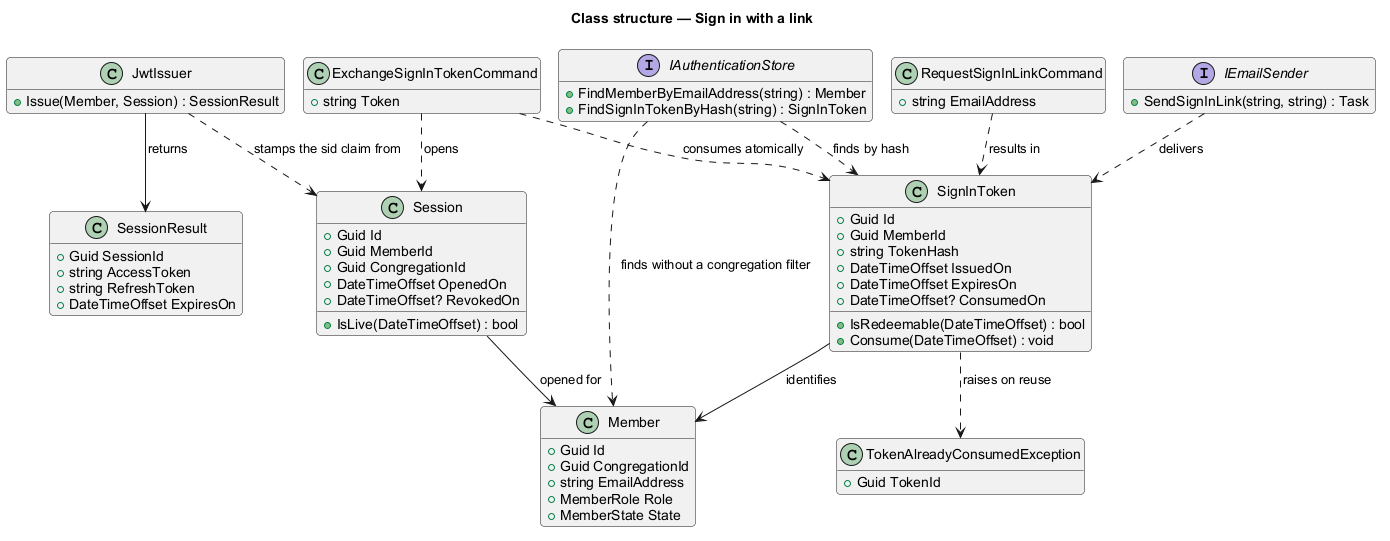
This is docs/detailed-designs/access/sign-in-with-a-link/diagrams/class-structure.png from QuinntyneBrown/Barnabas, a PlantUML export, as it was before one commit.
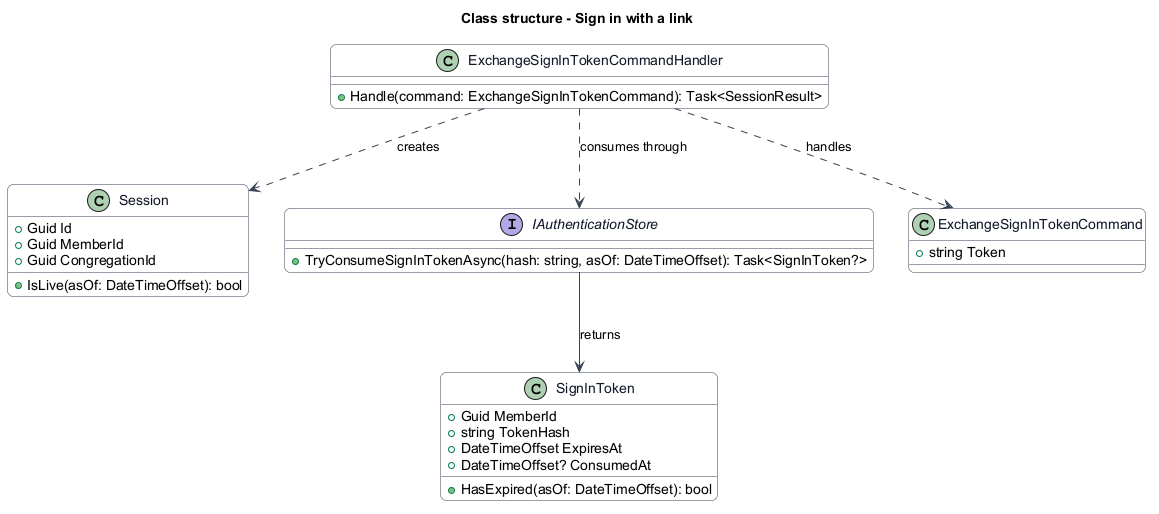
The same file after the commit.

What changed in the source:
```diff
@@ -1,72 +1,48 @@
 @startuml
-!pragma layout smetana
-title Class structure — Sign in with a link
 skinparam backgroundColor #FFFFFF
 skinparam shadowing false
-skinparam roundcorner 8
+skinparam roundcorner 12
 skinparam defaultFontName Arial
-hide empty members
-
+skinparam ArrowColor #344054
+skinparam rectangle {
+  BorderColor #344054
+  FontColor #101828
+}
+skinparam package {
+  BorderColor #667085
+  FontColor #101828
+  BackgroundColor #F9FAFB
+}
+skinparam class {
+  BorderColor #344054
+  FontColor #101828
+  BackgroundColor #F9FAFB
+}
+title Class structure - Sign in with a link
 class SignInToken {
-  +Guid Id
   +Guid MemberId
   +string TokenHash
-  +DateTimeOffset IssuedOn
-  +DateTimeOffset ExpiresOn
-  +DateTimeOffset? ConsumedOn
-  +IsRedeemable(DateTimeOffset) : bool
-  +Consume(DateTimeOffset) : void
-}
-class RequestSignInLinkCommand {
-  +string EmailAddress
-}
-class ExchangeSignInTokenCommand {
-  +string Token
+  +DateTimeOffset ExpiresAt
+  +DateTimeOffset? ConsumedAt
+  +HasExpired(asOf: DateTimeOffset): bool
 }
 class Session {
   +Guid Id
   +Guid MemberId
   +Guid CongregationId
-  +DateTimeOffset OpenedOn
-  +DateTimeOffset? RevokedOn
-  +IsLive(DateTimeOffset) : bool
-}
-class SessionResult {
-  +Guid SessionId
-  +string AccessToken
-  +string RefreshToken
-  +DateTimeOffset ExpiresOn
-}
-class JwtIssuer {
-  +Issue(Member, Session) : SessionResult
+  +IsLive(asOf: DateTimeOffset): bool
 }
 interface IAuthenticationStore {
-  +FindMemberByEmailAddress(string) : Member
-  +FindSignInTokenByHash(string) : SignInToken
+  +TryConsumeSignInTokenAsync(hash: string, asOf: DateTimeOffset): Task<SignInToken?>
 }
-interface IEmailSender {
-  +SendSignInLink(string, string) : Task
+class ExchangeSignInTokenCommand {
+  +string Token
 }
-class Member {
-  +Guid Id
-  +Guid CongregationId
-  +string EmailAddress
-  +MemberRole Role
-  +MemberState State
+class ExchangeSignInTokenCommandHandler {
+  +Handle(command: ExchangeSignInTokenCommand): Task<SessionResult>
 }
-class TokenAlreadyConsumedException {
-  +Guid TokenId
-}
-
-SignInToken --> Member : identifies
-Session --> Member : opened for
-RequestSignInLinkCommand ..> SignInToken : results in
-ExchangeSignInTokenCommand ..> SignInToken : consumes atomically
-ExchangeSignInTokenCommand ..> Session : opens
-SignInToken ..> TokenAlreadyConsumedException : raises on reuse
-JwtIssuer --> SessionResult : returns
-JwtIssuer ..> Session : stamps the sid claim from
-IAuthenticationStore ..> Member : finds without a congregation filter
-IAuthenticationStore ..> SignInToken : finds by hash
-IEmailSender ..> SignInToken : delivers
+ExchangeSignInTokenCommandHandler ..> ExchangeSignInTokenCommand : handles
+ExchangeSignInTokenCommandHandler ..> IAuthenticationStore : consumes through
+ExchangeSignInTokenCommandHandler ..> Session : creates
+IAuthenticationStore --> SignInToken : returns
 @enduml
```
